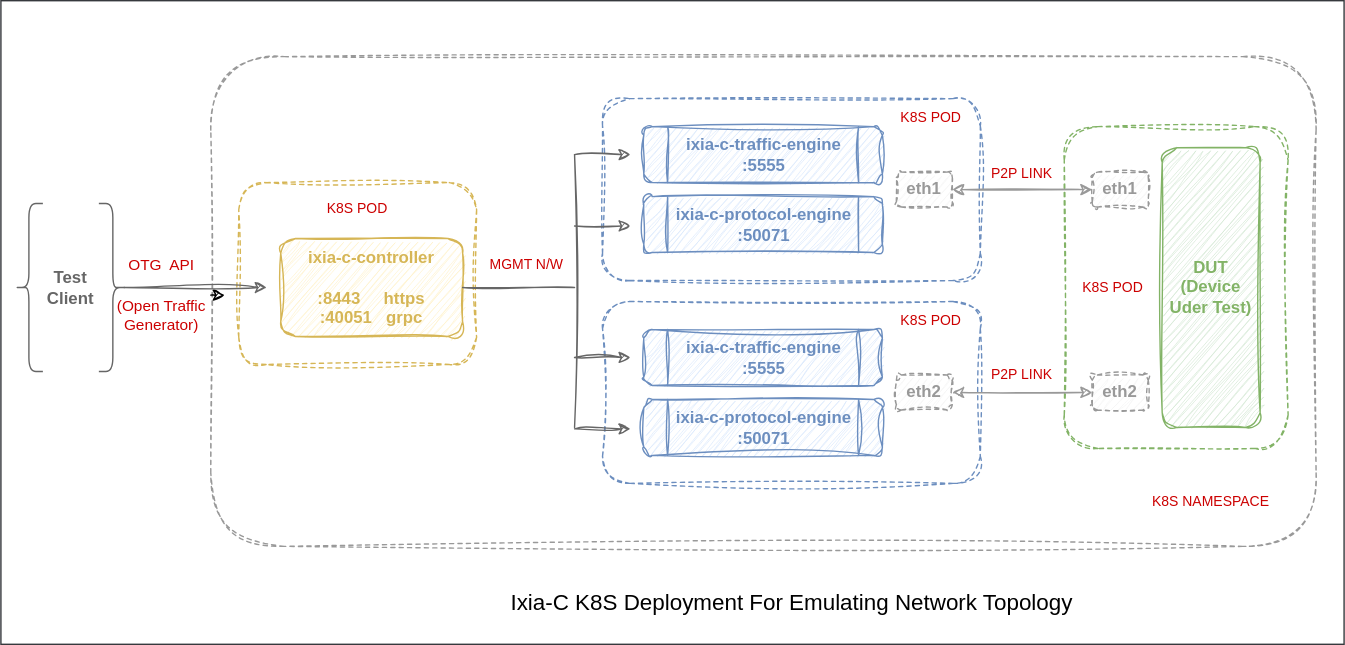
This is deployments/k8s/network-emulation/ixia-c-k8s.drawio.svg from open-traffic-generator/ixia-c, a draw.io export, as it was before one commit. Source tidied: cells renumbered, new cells last; positions are measured from the earlier drawing's top-left corner, leaving out a move shared by most shapes.
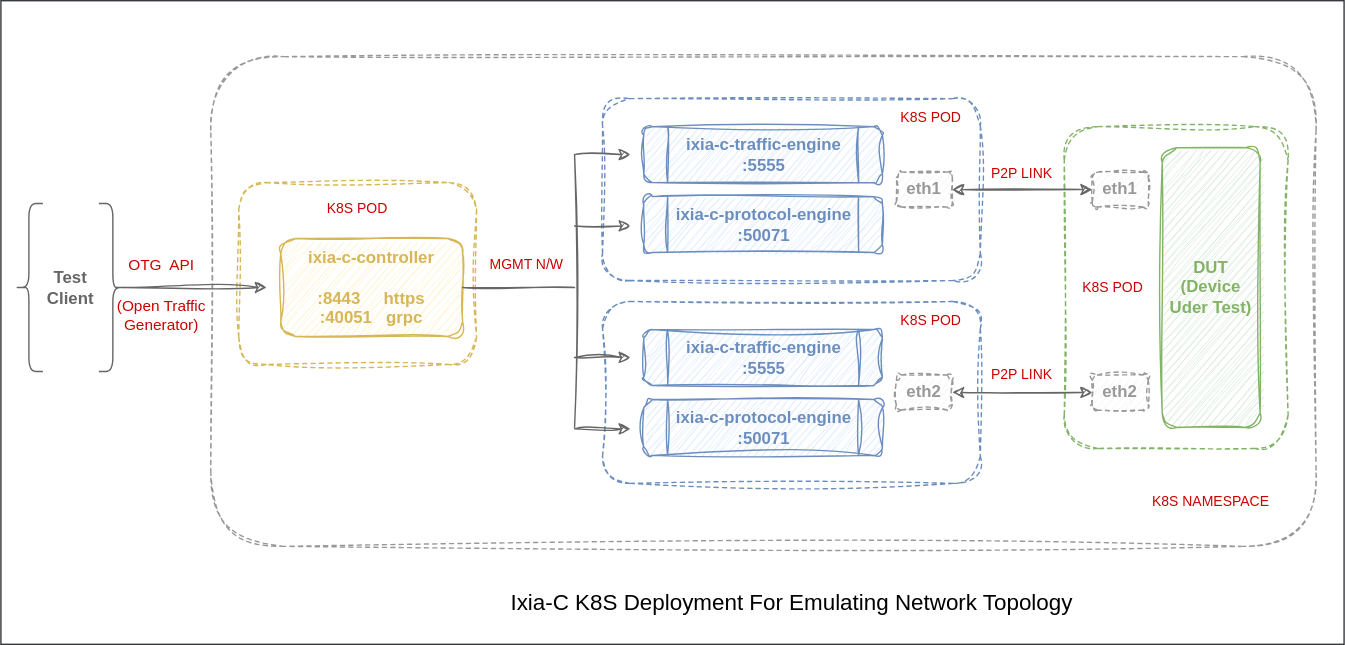
After the commit.

Commit message:
removed bad element from arrow

What changed in the source:
```diff
@@ -22,9 +22,6 @@
         <mxPoint x="910" y="316" as="sourcePoint" />
       </mxGeometry>
     </mxCell>
-    <mxCell id="8" style="edgeStyle=none;html=1;sketch=1;curveFitting=1;jiggle=2;" parent="1" edge="1" source="3" target="43">
-      <mxGeometry relative="1" as="geometry" />
-    </mxCell>
     <mxCell id="9" value="&lt;b style=&quot;&quot;&gt;&lt;font color=&quot;#999999&quot;&gt;eth1&lt;/font&gt;&lt;/b&gt;" style="rounded=1;whiteSpace=wrap;html=1;strokeColor=#999999;strokeWidth=1;fillColor=#f5f5f5;dashed=1;sketch=1;curveFitting=1;jiggle=2;fontColor=#333333;" parent="1" vertex="1">
       <mxGeometry x="640" y="122.5" width="40" height="25" as="geometry" />
     </mxCell>
@@ -134,7 +131,7 @@
     <mxCell id="38" value="&lt;font color=&quot;#cc0000&quot; style=&quot;font-size: 10px;&quot;&gt;P2P LINK&lt;/font&gt;" style="text;html=1;strokeColor=none;fillColor=none;align=center;verticalAlign=middle;whiteSpace=wrap;rounded=0;shadow=1;sketch=1;strokeWidth=1;fontColor=#B85450;" parent="1" vertex="1">
       <mxGeometry x="700" y="110" width="60" height="25" as="geometry" />
     </mxCell>
-    <mxCell id="39" style="endArrow=classic;startArrow=classic;html=1;strokeWidth=1;strokeColor=#999999;sketch=1;curveFitting=1;jiggle=2;exitX=1;exitY=0.5;exitDx=0;exitDy=0;entryX=0;entryY=0.5;entryDx=0;entryDy=0;" parent="1" edge="1" source="27" target="25">
+    <mxCell id="39" style="endArrow=classic;startArrow=classic;html=1;strokeWidth=1;strokeColor=#666666;sketch=1;curveFitting=1;jiggle=2;exitX=1;exitY=0.5;exitDx=0;exitDy=0;entryX=0;entryY=0.5;entryDx=0;entryDy=0;" parent="1" edge="1" source="27" target="25">
       <mxGeometry relative="1" as="geometry" />
     </mxCell>
     <mxCell id="40" style="edgeStyle=none;sketch=1;html=1;strokeColor=#B85450;fontSize=10;fontColor=#CC0000;" parent="1" edge="1" source="41" target="26">
@@ -143,7 +140,7 @@
     <mxCell id="41" value="&lt;font color=&quot;#cc0000&quot; style=&quot;font-size: 10px;&quot;&gt;P2P LINK&lt;/font&gt;" style="text;html=1;strokeColor=none;fillColor=none;align=center;verticalAlign=middle;whiteSpace=wrap;rounded=0;shadow=1;sketch=1;strokeWidth=1;fontColor=#B85450;" parent="1" vertex="1">
       <mxGeometry x="700" y="254" width="60" height="25" as="geometry" />
     </mxCell>
-    <mxCell id="42" style="endArrow=classic;startArrow=classic;html=1;strokeWidth=1;strokeColor=#999999;sketch=1;curveFitting=1;jiggle=2;exitX=1;exitY=0.5;exitDx=0;exitDy=0;entryX=0;entryY=0.5;entryDx=0;entryDy=0;" parent="1" edge="1" source="9" target="24">
+    <mxCell id="42" style="endArrow=classic;startArrow=classic;html=1;strokeWidth=1;strokeColor=#666666;sketch=1;curveFitting=1;jiggle=2;exitX=1;exitY=0.5;exitDx=0;exitDy=0;entryX=0;entryY=0.5;entryDx=0;entryDy=0;" parent="1" edge="1" source="9" target="24">
       <mxGeometry relative="1" as="geometry" />
     </mxCell>
     <mxCell id="43" value="&lt;font color=&quot;#cc0000&quot; style=&quot;font-size: 11px;&quot;&gt;OTG&amp;nbsp; API&lt;br&gt;&lt;br&gt;(Open Traffic Generator)&amp;nbsp;&lt;br&gt;&lt;/font&gt;" style="text;html=1;strokeColor=none;fillColor=none;align=center;verticalAlign=middle;whiteSpace=wrap;rounded=0;sketch=1;curveFitting=1;jiggle=2;" parent="1" vertex="1">
```
